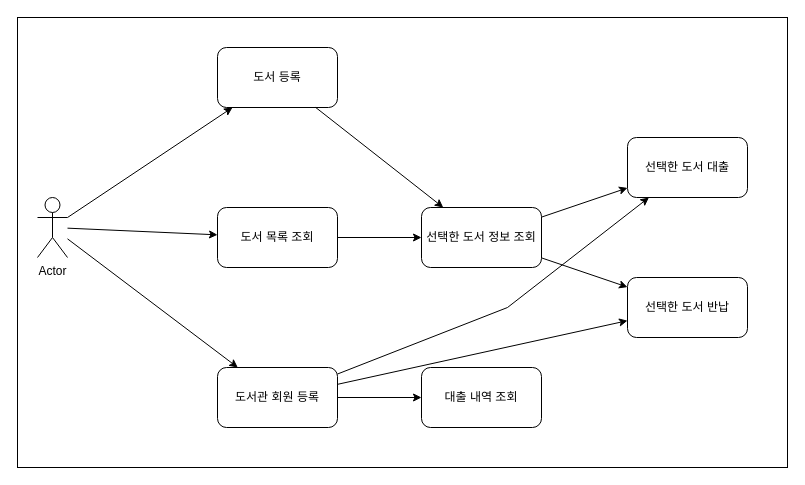
hyouoo/springLearn keeps this draw.io diagram as src/main/resources/static/lv2ucd.drawio. Above is the earlier version. Source tidied: cells renumbered, new cells numbered last; positions are measured from the earlier drawing's top-left corner, leaving out a move shared by most shapes. Both pictures are drawn from the tidied source at 100%, with x=0, y=0 at pixel (17, 17).
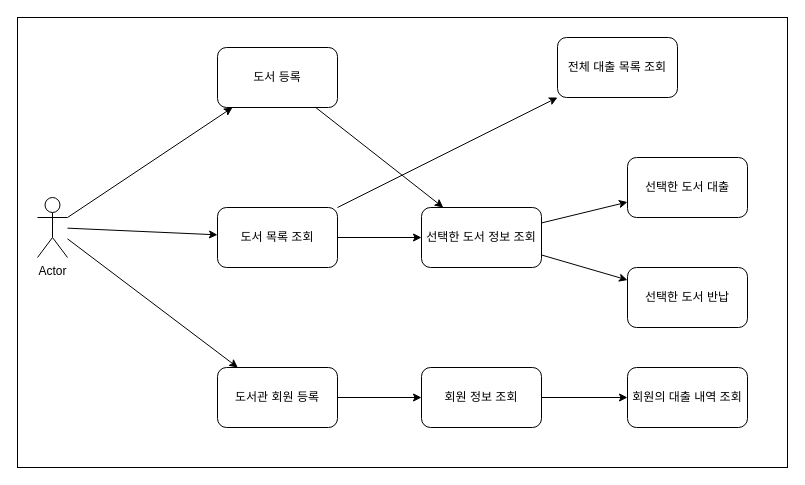
After the change.

The change refers to these unchanged cells:
```xml
<mxCell id="6" value="도서 목록 조회" style="rounded=1;whiteSpace=wrap;html=1;" parent="1" vertex="1">
  <mxGeometry x="200" y="190" width="120" height="60" as="geometry" />
</mxCell>
<mxCell id="7" value="도서관 회원 등록" style="rounded=1;whiteSpace=wrap;html=1;" parent="1" vertex="1">
  <mxGeometry x="200" y="350" width="120" height="60" as="geometry" />
</mxCell>
```

The edit, as a diff of the source:
```diff
@@
     <mxCell id="8" value="선택한 도서 대출" style="rounded=1;whiteSpace=wrap;html=1;" parent="1" vertex="1">
-      <mxGeometry x="610" y="120" width="120" height="60" as="geometry" />
+      <mxGeometry x="610" y="140" width="120" height="60" as="geometry" />
     </mxCell>
     <mxCell id="9" value="선택한 도서 반납" style="rounded=1;whiteSpace=wrap;html=1;" parent="1" vertex="1">
-      <mxGeometry x="610" y="260" width="120" height="60" as="geometry" />
+      <mxGeometry x="610" y="250" width="120" height="60" as="geometry" />
     </mxCell>
-    <mxCell id="10" value="대출 내역 조회" style="rounded=1;whiteSpace=wrap;html=1;" parent="1" vertex="1">
+    <mxCell id="10" value="회원 정보 조회" style="rounded=1;whiteSpace=wrap;html=1;" parent="1" vertex="1">
       <mxGeometry x="404" y="350" width="120" height="60" as="geometry" />
     </mxCell>
@@
-    <mxCell id="17" style="endArrow=classic;html=1;rounded=0;" parent="1" edge="1" source="7" target="8">
-      <mxGeometry relative="1" as="geometry">
-        <Array as="points">
-          <mxPoint x="490" y="290" />
-        </Array>
-      </mxGeometry>
-    </mxCell>
@@
-    <mxCell id="19" style="endArrow=classic;html=1;rounded=0;" parent="1" edge="1" source="7" target="9">
-      <mxGeometry relative="1" as="geometry" />
-    </mxCell>
@@
+    <mxCell id="21" value="회원의 대출 내역 조회" style="rounded=1;whiteSpace=wrap;html=1;" parent="1" vertex="1">
+      <mxGeometry x="610" y="350" width="120" height="60" as="geometry" />
+    </mxCell>
+    <mxCell id="22" style="endArrow=classic;html=1;rounded=0;" parent="1" edge="1" source="10" target="21">
+      <mxGeometry relative="1" as="geometry" />
+    </mxCell>
+    <mxCell id="23" value="전체 대출 목록 조회" style="rounded=1;whiteSpace=wrap;html=1;" parent="1" vertex="1">
+      <mxGeometry x="540" y="20" width="120" height="60" as="geometry" />
+    </mxCell>
+    <mxCell id="24" style="endArrow=classic;html=1;rounded=0;" parent="1" edge="1" source="6" target="23">
+      <mxGeometry relative="1" as="geometry" />
+    </mxCell>
```
